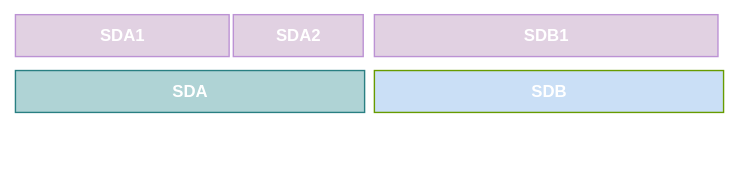
gabgaud/gabgaud.github.io keeps this draw.io diagram as static/img/Virtu/disques_D.svg. Above is the earlier version. Source tidied: cells renumbered, new cells last; positions are measured from the earlier drawing's top-left corner, leaving out a move shared by most shapes.
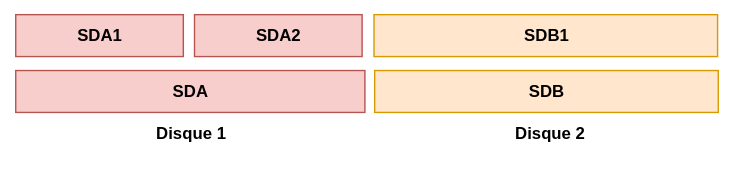
After the change.

What changed in the source:
```diff
@@ -2,26 +2,26 @@
   <root>
     <mxCell id="0" />
     <mxCell id="1" parent="0" />
-    <mxCell id="2" value="&lt;b&gt;SDA&lt;/b&gt;" style="rounded=0;whiteSpace=wrap;html=1;fillColor=#f8cecc;strokeColor=#b85450;" parent="1" vertex="1">
+    <mxCell id="2" value="&lt;b&gt;&lt;font style=&quot;color: light-dark(rgb(0, 0, 0), rgb(0, 0, 0));&quot;&gt;SDA&lt;/font&gt;&lt;/b&gt;" style="rounded=0;whiteSpace=wrap;html=1;fillColor=light-dark(#F8CECC,#F8CECC);strokeColor=light-dark(#B85450,#B85450);" parent="1" vertex="1">
       <mxGeometry y="40" width="250" height="30" as="geometry" />
     </mxCell>
-    <mxCell id="3" value="&lt;b&gt;SDB&lt;/b&gt;" style="rounded=0;whiteSpace=wrap;html=1;fillColor=#ffe6cc;strokeColor=#d79b00;" parent="1" vertex="1">
-      <mxGeometry x="257" y="40" width="250" height="30" as="geometry" />
+    <mxCell id="3" value="&lt;b&gt;&lt;font style=&quot;color: light-dark(rgb(0, 0, 0), rgb(0, 0, 0));&quot;&gt;SDB&lt;/font&gt;&lt;/b&gt;" style="rounded=0;whiteSpace=wrap;html=1;fillColor=light-dark(#FFE6CC,#FFE6CC);strokeColor=light-dark(#D79B00,#D79B00);" parent="1" vertex="1">
+      <mxGeometry x="257" y="40" width="246" height="30" as="geometry" />
     </mxCell>
-    <mxCell id="4" value="Disque 1" style="text;html=1;align=center;verticalAlign=middle;strokeColor=none;fillColor=none;fontStyle=1;" parent="1" vertex="1">
+    <mxCell id="4" value="&lt;font style=&quot;color: light-dark(rgb(0, 0, 0), rgb(255, 255, 255));&quot;&gt;Disque 1&lt;/font&gt;" style="text;html=1;align=center;verticalAlign=middle;strokeColor=none;fillColor=none;fontStyle=1;" parent="1" vertex="1">
       <mxGeometry x="90" y="70" width="70" height="30" as="geometry" />
     </mxCell>
-    <mxCell id="5" value="Disque 2" style="text;html=1;align=center;verticalAlign=middle;strokeColor=none;fillColor=none;fontStyle=1;" parent="1" vertex="1">
+    <mxCell id="5" value="&lt;font style=&quot;color: light-dark(rgb(0, 0, 0), rgb(255, 255, 255));&quot;&gt;Disque 2&lt;/font&gt;" style="text;html=1;align=center;verticalAlign=middle;strokeColor=none;fillColor=none;fontStyle=1;" parent="1" vertex="1">
       <mxGeometry x="347" y="70" width="70" height="30" as="geometry" />
     </mxCell>
-    <mxCell id="6" value="&lt;b&gt;SDA1&lt;/b&gt;" style="rounded=0;whiteSpace=wrap;html=1;fillColor=#d5e8d4;strokeColor=#82b366;" parent="1" vertex="1">
-      <mxGeometry width="153" height="30" as="geometry" />
+    <mxCell id="6" value="&lt;b&gt;&lt;font style=&quot;color: light-dark(rgb(0, 0, 0), rgb(0, 0, 0));&quot;&gt;SDA1&lt;/font&gt;&lt;/b&gt;" style="rounded=0;whiteSpace=wrap;html=1;fillColor=light-dark(#F8CECC,#F8CECC);strokeColor=light-dark(#B85450,#B85450);" parent="1" vertex="1">
+      <mxGeometry width="120" height="30" as="geometry" />
     </mxCell>
-    <mxCell id="7" value="&lt;b&gt;SDA2&lt;/b&gt;" style="rounded=0;whiteSpace=wrap;html=1;fillColor=#d5e8d4;strokeColor=#82b366;" parent="1" vertex="1">
-      <mxGeometry x="156" width="93" height="30" as="geometry" />
+    <mxCell id="7" value="&lt;b&gt;&lt;font style=&quot;color: light-dark(rgb(0, 0, 0), rgb(0, 0, 0));&quot;&gt;SDA2&lt;/font&gt;&lt;/b&gt;" style="rounded=0;whiteSpace=wrap;html=1;fillColor=light-dark(#F8CECC,#F8CECC);strokeColor=light-dark(#B85450,#B85450);" parent="1" vertex="1">
+      <mxGeometry x="128" width="120" height="30" as="geometry" />
     </mxCell>
-    <mxCell id="8" value="&lt;b&gt;SDB1&lt;/b&gt;" style="rounded=0;whiteSpace=wrap;html=1;fillColor=#d5e8d4;strokeColor=#82b366;" parent="1" vertex="1">
-      <mxGeometry x="257" width="246" height="30" as="geometry" />
+    <mxCell id="8" value="&lt;b&gt;&lt;font style=&quot;color: light-dark(rgb(0, 0, 0), rgb(0, 0, 0));&quot;&gt;SDB1&lt;/font&gt;&lt;/b&gt;" style="rounded=0;whiteSpace=wrap;html=1;fillColor=light-dark(#FFE6CC,#FFE6CC);strokeColor=light-dark(#D79B00,#D79B00);" parent="1" vertex="1">
+      <mxGeometry x="256.5" width="246" height="30" as="geometry" />
     </mxCell>
   </root>
 </mxGraphModel>
```
